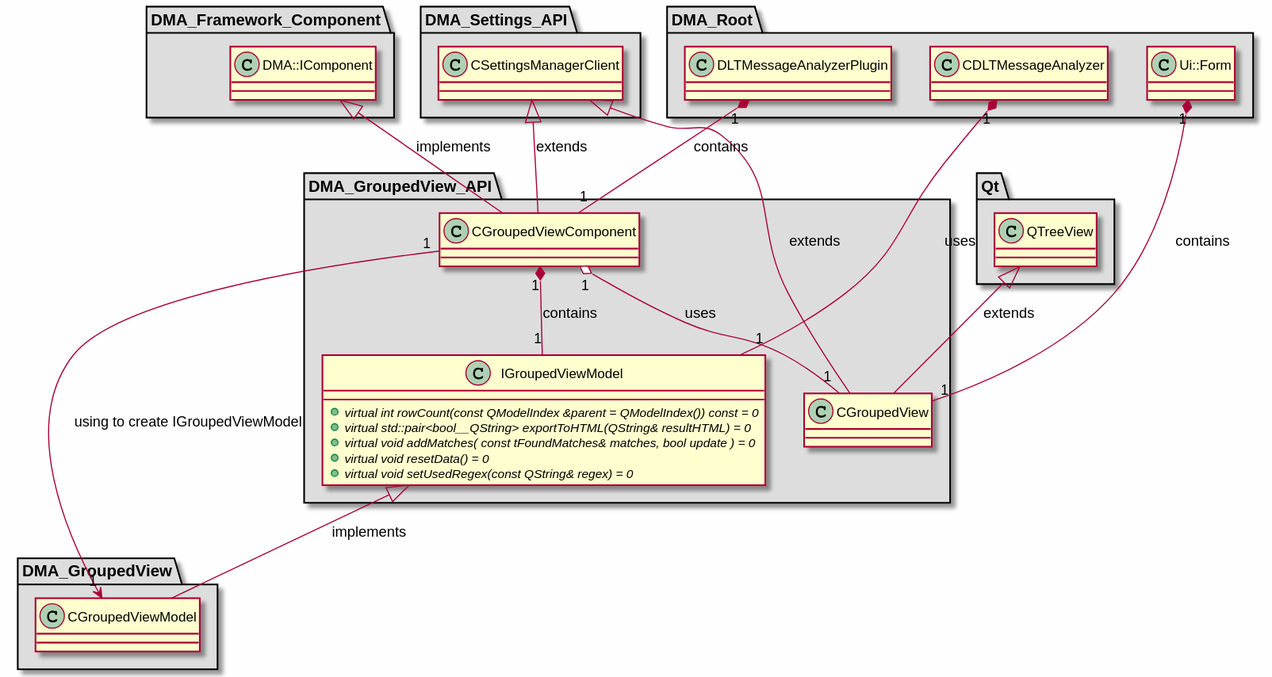
svlad-90/DLT-Message-Analyzer keeps this PlantUML diagram as md/dev_docs/puml/DMA_GroupedView_API.svg. Above is the earlier version.
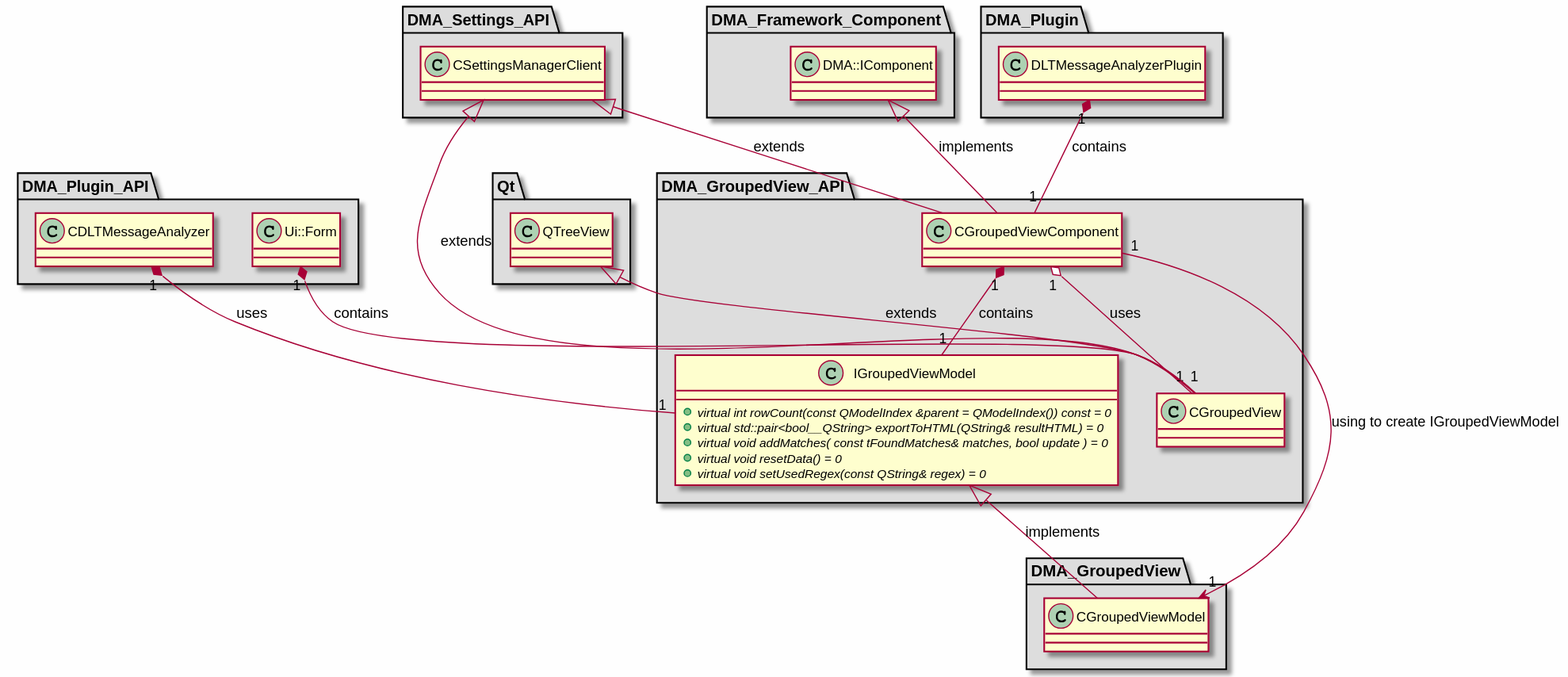
Later version of the same file.

What changed in the source:
```diff
@@ -42,14 +42,19 @@
 
 }
 
-package "DMA_Root" #DDDDDD
+package "DMA_Plugin" #DDDDDD
+{
+
+class "DLTMessageAnalyzerPlugin"
+{
+}
+
+}
+
+package "DMA_Plugin_API" #DDDDDD
 {
 
 class "CDLTMessageAnalyzer"
-{
-}
-
-class "DLTMessageAnalyzerPlugin"
 {
 }
 
@@ -86,8 +91,8 @@
 CGroupedViewComponent "1" o-- "1" CGroupedView : uses
 CGroupedViewComponent "1" --> "1" CGroupedViewModel : using to create IGroupedViewModel
 CGroupedViewComponent "1" *-- "1" IGroupedViewModel : contains
+DLTMessageAnalyzerPlugin "1" *-- "1" CGroupedViewComponent : contains
 CDLTMessageAnalyzer "1" *-- "1" IGroupedViewModel : uses
-DLTMessageAnalyzerPlugin "1" *-- "1" CGroupedViewComponent : contains
 Ui::Form "1" *-- "1" CGroupedView : contains
 
 @enduml
```
